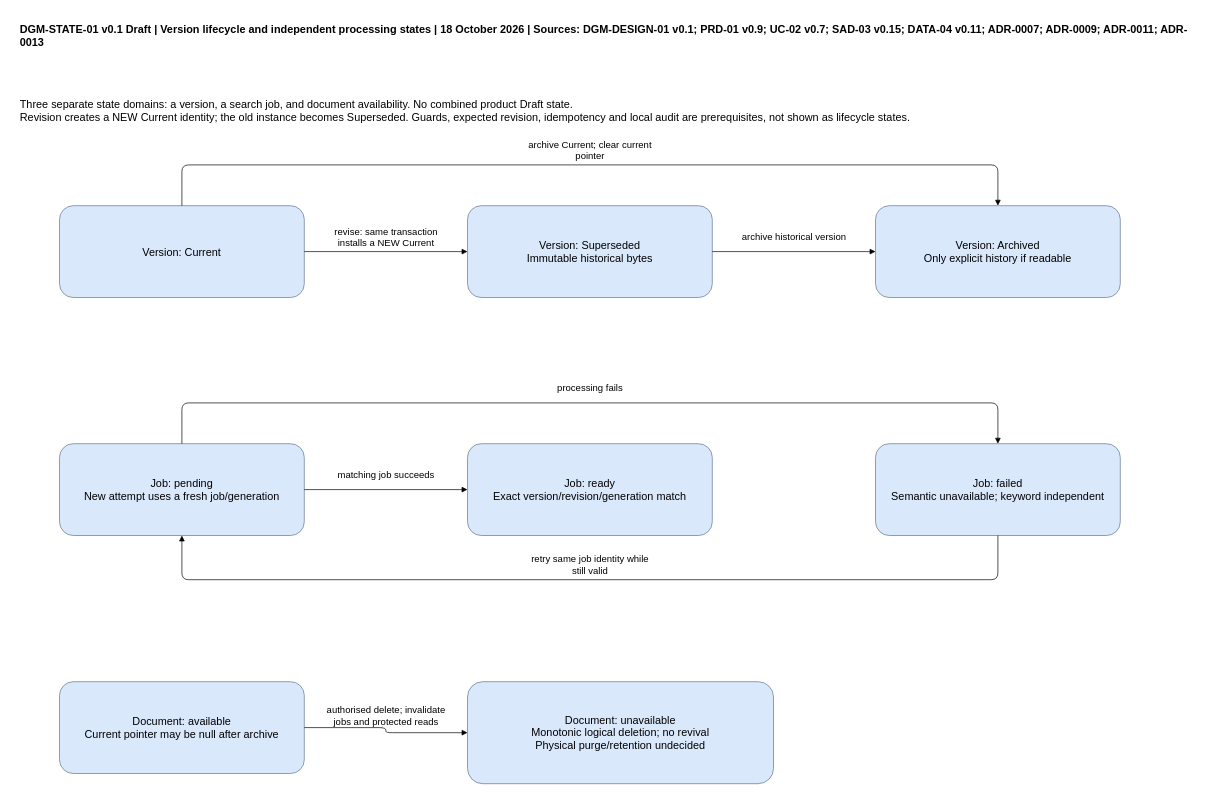
Above: docs/sdlc/diagrams/state/document-and-readiness.drawio in 900M100CK/scrum-workspace-KMS-ai (draw.io), before the change. Source tidied: cells renumbered, new cells numbered last; positions are measured from the earlier drawing's top-left corner, leaving out a move shared by most shapes. Both pictures are drawn from the tidied source at 68%, with x=0, y=0 at pixel (12, 12).
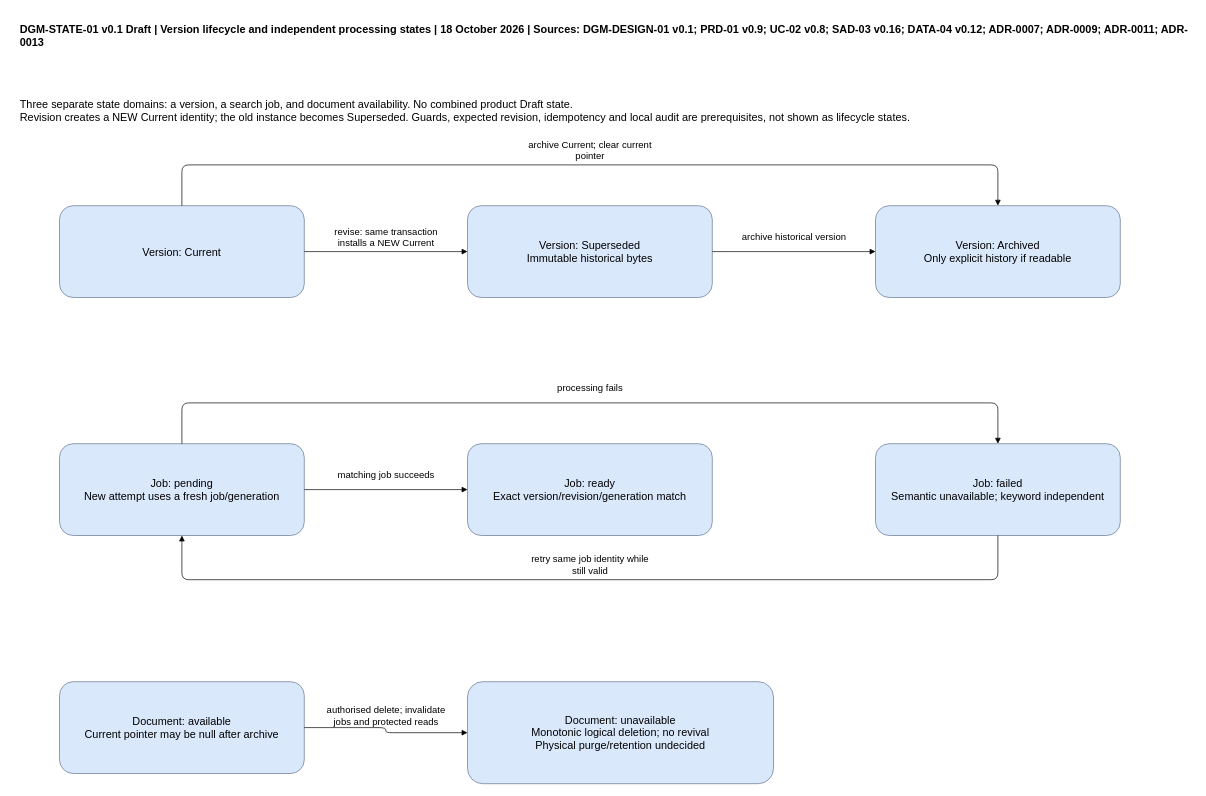
Above is the later version.

Change to the diagram source:
```diff
@@
-    <mxCell id="17" value="DGM-STATE-01 v0.1 Draft | Version lifecycle and independent processing states | 18 October 2026 | Sources: DGM-DESIGN-01 v0.1; PRD-01 v0.9; UC-02 v0.7; SAD-03 v0.15; DATA-04 v0.11; ADR-0007; ADR-0009; ADR-0011; ADR-0013" style="text;align=left;fontStyle=1;whiteSpace=wrap;html=1;fontSize=16;spacing=12;" parent="1" vertex="1">
+    <mxCell id="17" value="DGM-STATE-01 v0.1 Draft | Version lifecycle and independent processing states | 18 October 2026 | Sources: DGM-DESIGN-01 v0.1; PRD-01 v0.9; UC-02 v0.8; SAD-03 v0.16; DATA-04 v0.12; ADR-0007; ADR-0009; ADR-0011; ADR-0013" style="text;align=left;fontStyle=1;whiteSpace=wrap;html=1;fontSize=16;spacing=12;" parent="1" vertex="1">
       <mxGeometry width="1740" height="105" as="geometry" />
     </mxCell>
```
